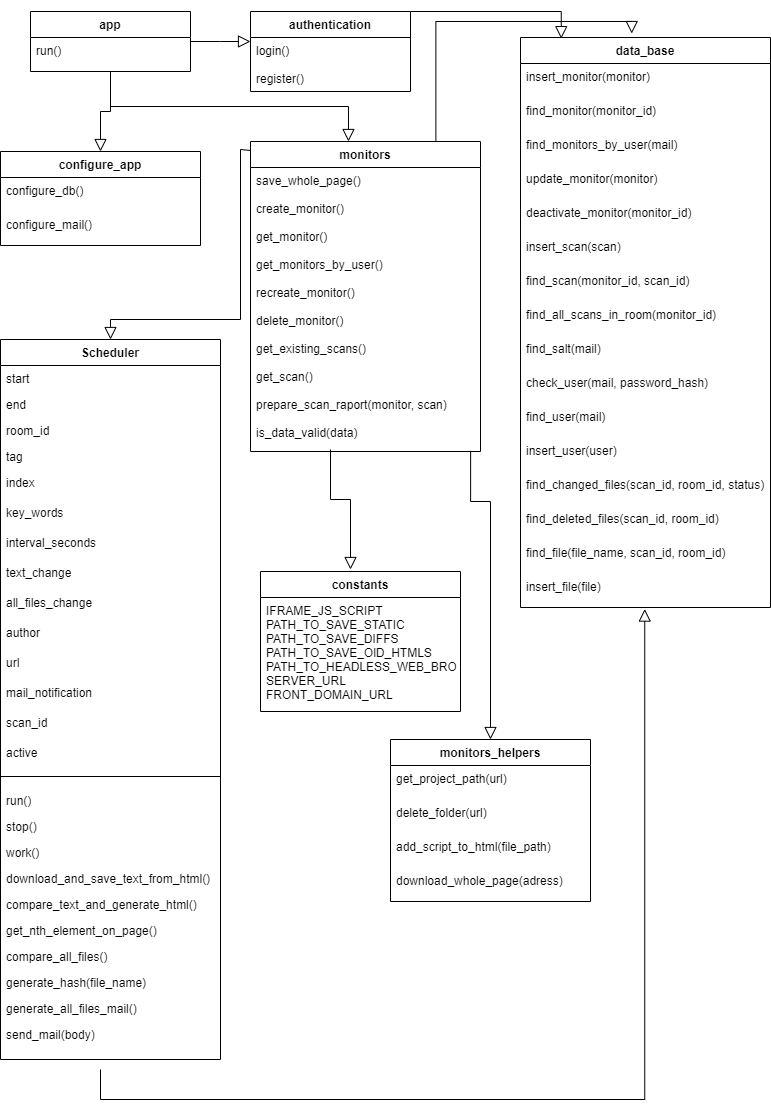
JanKulbinski/WebsiteMonitor keeps this draw.io diagram as pdf/class-uml-backend.png. Above is the earlier version. Source tidied: cells renumbered, new cells last; positions are measured from the earlier drawing's top-left corner, leaving out a move shared by most shapes.
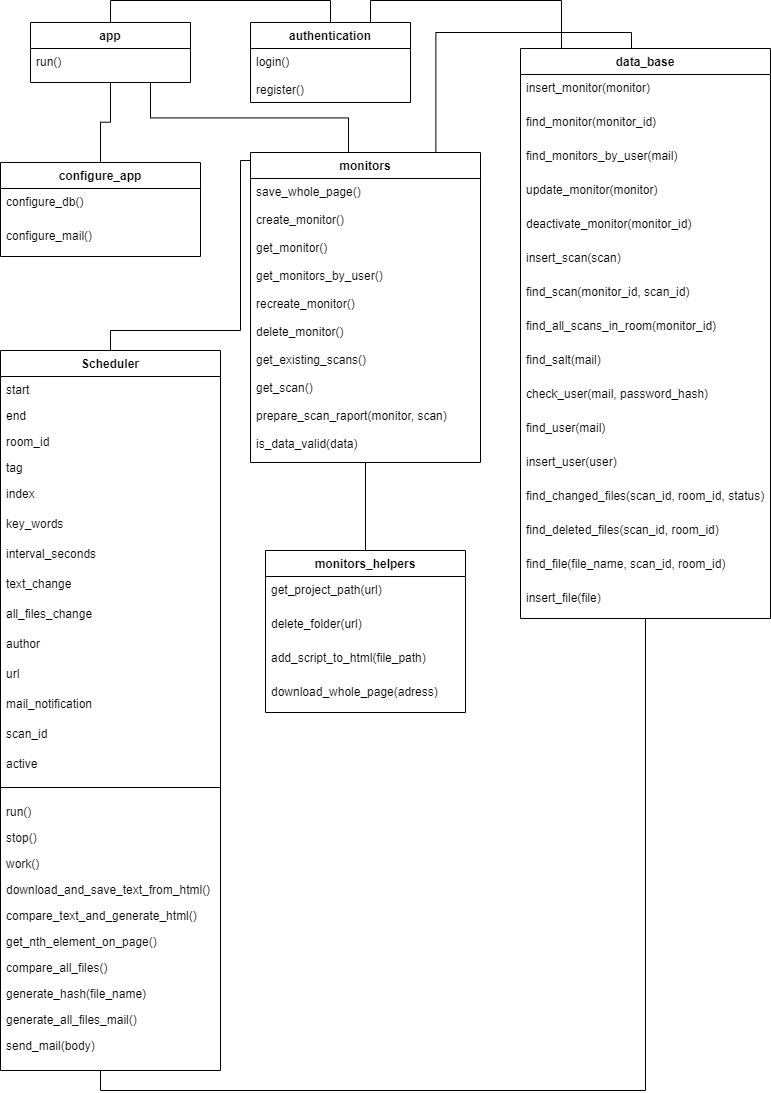
The same file after the commit.

The edit, as a diff of the source:
```diff
@@ -14,7 +14,7 @@
     <mxCell id="5" value="save_whole_page()&#10;&#10;create_monitor()&#10;&#10;get_monitor()&#10;&#10;get_monitors_by_user()&#10;&#10;recreate_monitor()&#10;&#10;delete_monitor()&#10;&#10;get_existing_scans()&#10;&#10;get_scan()&#10;&#10;prepare_scan_raport(monitor, scan)&#10;&#10;is_data_valid(data)" style="text;align=left;verticalAlign=top;spacingLeft=4;spacingRight=4;overflow=hidden;points=[[0,0.5],[1,0.5]];portConstraint=eastwest;" parent="4" vertex="1">
       <mxGeometry y="26" width="230" height="284" as="geometry" />
     </mxCell>
-    <mxCell id="6" style="endArrow=block;endSize=10;endFill=0;shadow=0;strokeWidth=1;rounded=0;edgeStyle=elbowEdgeStyle;elbow=vertical;exitX=0.5;exitY=1;exitDx=0;exitDy=0;entryX=0.426;entryY=0;entryDx=0;entryDy=0;entryPerimeter=0;" parent="1" edge="1" source="7" target="4">
+    <mxCell id="6" style="endArrow=none;endSize=10;endFill=0;shadow=0;strokeWidth=1;rounded=0;edgeStyle=elbowEdgeStyle;elbow=vertical;entryX=0.426;entryY=0;entryDx=0;entryDy=0;entryPerimeter=0;exitX=0.75;exitY=1;exitDx=0;exitDy=0;" parent="1" edge="1" source="7" target="4">
       <mxGeometry relative="1" as="geometry" />
     </mxCell>
     <mxCell id="7" value="app" style="swimlane;fontStyle=1;align=center;verticalAlign=top;horizontal=1;startSize=26;rounded=0;shadow=0;strokeWidth=1;" parent="1" vertex="1">
@@ -23,8 +23,12 @@
     <mxCell id="8" value="run()" style="text;align=left;verticalAlign=top;spacingLeft=4;spacingRight=4;overflow=hidden;" parent="7" vertex="1">
       <mxGeometry y="26" width="160" height="26" as="geometry" />
     </mxCell>
-    <mxCell id="9" style="endArrow=block;endSize=10;endFill=0;shadow=0;strokeWidth=1;rounded=0;edgeStyle=elbowEdgeStyle;elbow=vertical;" parent="1" edge="1" source="7" target="2">
-      <mxGeometry relative="1" as="geometry" />
+    <mxCell id="9" style="endArrow=none;endSize=10;endFill=0;shadow=0;strokeWidth=1;rounded=0;edgeStyle=elbowEdgeStyle;elbow=vertical;" parent="1" edge="1" source="7" target="2">
+      <mxGeometry relative="1" as="geometry">
+        <Array as="points">
+          <mxPoint x="220" y="-22" />
+        </Array>
+      </mxGeometry>
     </mxCell>
     <mxCell id="10" value="Scheduler" style="swimlane;fontStyle=1;align=center;verticalAlign=top;horizontal=1;startSize=26;rounded=0;shadow=0;strokeWidth=1;" parent="1" vertex="1">
       <mxGeometry y="328" width="220" height="720" as="geometry" />
@@ -105,7 +109,7 @@
       <mxGeometry y="682" width="220" height="26" as="geometry" />
     </mxCell>
     <mxCell id="36" value="monitors_helpers" style="swimlane;fontStyle=1;align=center;verticalAlign=top;horizontal=1;startSize=26;" parent="1" vertex="1">
-      <mxGeometry x="390" y="728" width="200" height="162" as="geometry" />
+      <mxGeometry x="265" y="528" width="200" height="162" as="geometry" />
     </mxCell>
     <mxCell id="37" value="get_project_path(url)" style="text;strokeColor=none;fillColor=none;align=left;verticalAlign=top;spacingLeft=4;spacingRight=4;overflow=hidden;" parent="36" vertex="1">
       <mxGeometry y="26" width="200" height="34" as="geometry" />
@@ -170,12 +174,6 @@
     <mxCell id="57" value="insert_file(file)" style="text;strokeColor=none;fillColor=none;align=left;verticalAlign=top;spacingLeft=4;spacingRight=4;overflow=hidden;points=[[0,0.5],[1,0.5]];portConstraint=eastwest;" parent="41" vertex="1">
       <mxGeometry y="536" width="250" height="34" as="geometry" />
     </mxCell>
-    <mxCell id="58" value="constants" style="swimlane;fontStyle=1;align=center;verticalAlign=top;horizontal=1;startSize=26;" parent="1" vertex="1">
-      <mxGeometry x="260" y="560" width="200" height="140" as="geometry" />
-    </mxCell>
-    <mxCell id="59" value="IFRAME_JS_SCRIPT&#10;PATH_TO_SAVE_STATIC &#10;PATH_TO_SAVE_DIFFS &#10;PATH_TO_SAVE_OlD_HTMLS &#10;PATH_TO_HEADLESS_WEB_BROWSER&#10;SERVER_URL&#10;FRONT_DOMAIN_URL" style="text;strokeColor=none;fillColor=none;align=left;verticalAlign=top;spacingLeft=4;spacingRight=4;overflow=hidden;" parent="58" vertex="1">
-      <mxGeometry y="26" width="200" height="114" as="geometry" />
-    </mxCell>
     <mxCell id="60" value="configure_app" style="swimlane;fontStyle=1;align=center;verticalAlign=top;horizontal=1;startSize=26;" parent="1" vertex="1">
       <mxGeometry y="140" width="200" height="94" as="geometry" />
     </mxCell>
@@ -185,10 +183,10 @@
     <mxCell id="62" value="configure_mail()" style="text;strokeColor=none;fillColor=none;align=left;verticalAlign=top;spacingLeft=4;spacingRight=4;overflow=hidden;" parent="60" vertex="1">
       <mxGeometry y="60" width="200" height="34" as="geometry" />
     </mxCell>
-    <mxCell id="63" style="endArrow=block;endSize=10;endFill=0;shadow=0;strokeWidth=1;rounded=0;edgeStyle=elbowEdgeStyle;elbow=vertical;exitX=0.5;exitY=1;exitDx=0;exitDy=0;" parent="1" edge="1" source="7" target="60">
+    <mxCell id="63" style="endArrow=none;endSize=10;endFill=0;shadow=0;strokeWidth=1;rounded=0;edgeStyle=elbowEdgeStyle;elbow=vertical;exitX=0.5;exitY=1;exitDx=0;exitDy=0;" parent="1" edge="1" source="7" target="60">
       <mxGeometry relative="1" as="geometry" />
     </mxCell>
-    <mxCell id="64" style="endArrow=block;endSize=10;endFill=0;shadow=0;strokeWidth=1;rounded=0;edgeStyle=elbowEdgeStyle;elbow=vertical;entryX=0.445;entryY=-0.007;entryDx=0;entryDy=0;entryPerimeter=0;exitX=0.806;exitY=-0.003;exitDx=0;exitDy=0;exitPerimeter=0;" parent="1" edge="1" source="4" target="41">
+    <mxCell id="64" style="endArrow=none;endSize=10;endFill=0;shadow=0;strokeWidth=1;rounded=0;edgeStyle=elbowEdgeStyle;elbow=vertical;exitX=0.806;exitY=-0.003;exitDx=0;exitDy=0;exitPerimeter=0;entryX=0.444;entryY=0.001;entryDx=0;entryDy=0;entryPerimeter=0;" parent="1" edge="1" source="4" target="41">
       <mxGeometry relative="1" as="geometry">
         <Array as="points">
           <mxPoint x="530" y="10" />
@@ -196,15 +194,15 @@
         </Array>
       </mxGeometry>
     </mxCell>
-    <mxCell id="65" style="endArrow=block;endSize=10;endFill=0;shadow=0;strokeWidth=1;rounded=0;edgeStyle=elbowEdgeStyle;elbow=vertical;entryX=0.163;entryY=0.002;entryDx=0;entryDy=0;entryPerimeter=0;" parent="1" edge="1" target="41">
+    <mxCell id="65" style="endArrow=none;endSize=10;endFill=0;shadow=0;strokeWidth=1;rounded=0;edgeStyle=elbowEdgeStyle;elbow=vertical;entryX=0.164;entryY=-0.001;entryDx=0;entryDy=0;entryPerimeter=0;exitX=0.75;exitY=0;exitDx=0;exitDy=0;" parent="1" edge="1" source="2" target="41">
       <mxGeometry relative="1" as="geometry">
-        <mxPoint x="410" y="39.4" as="sourcePoint" />
         <Array as="points">
+          <mxPoint x="471" y="-22" />
           <mxPoint x="470" />
         </Array>
       </mxGeometry>
     </mxCell>
-    <mxCell id="66" style="endArrow=block;endSize=10;endFill=0;shadow=0;strokeWidth=1;rounded=0;edgeStyle=elbowEdgeStyle;elbow=vertical;entryX=0.5;entryY=0;entryDx=0;entryDy=0;" parent="1" edge="1" target="10">
+    <mxCell id="66" style="endArrow=none;endSize=10;endFill=0;shadow=0;strokeWidth=1;rounded=0;edgeStyle=elbowEdgeStyle;elbow=vertical;entryX=0.5;entryY=0;entryDx=0;entryDy=0;" parent="1" edge="1" target="10">
       <mxGeometry relative="1" as="geometry">
         <mxPoint x="240" y="138" as="sourcePoint" />
         <Array as="points">
@@ -212,34 +210,21 @@
         </Array>
       </mxGeometry>
     </mxCell>
-    <mxCell id="67" style="endArrow=block;endSize=10;endFill=0;shadow=0;strokeWidth=1;rounded=0;edgeStyle=elbowEdgeStyle;elbow=vertical;" parent="1" edge="1">
-      <mxGeometry relative="1" as="geometry">
-        <mxPoint x="330" y="438" as="sourcePoint" />
-        <mxPoint x="350" y="558" as="targetPoint" />
-        <Array as="points">
-          <mxPoint x="320" y="488" />
-        </Array>
-      </mxGeometry>
-    </mxCell>
-    <mxCell id="68" style="endArrow=block;endSize=10;endFill=0;shadow=0;strokeWidth=1;rounded=0;edgeStyle=elbowEdgeStyle;elbow=vertical;entryX=0.5;entryY=0;entryDx=0;entryDy=0;entryPerimeter=0;exitX=0.957;exitY=0.998;exitDx=0;exitDy=0;exitPerimeter=0;" parent="1" edge="1" source="5" target="36">
-      <mxGeometry relative="1" as="geometry">
-        <Array as="points">
-          <mxPoint x="530" y="490" />
-        </Array>
-      </mxGeometry>
-    </mxCell>
-    <mxCell id="69" style="endArrow=none;html=1;entryX=0.001;entryY=0.029;entryDx=0;entryDy=0;entryPerimeter=0;" parent="1" edge="1" target="4">
+    <mxCell id="69" style="endArrow=none;html=1;entryX=-0.001;entryY=0.026;entryDx=0;entryDy=0;entryPerimeter=0;" parent="1" edge="1" target="4">
       <mxGeometry relative="1" as="geometry">
         <mxPoint x="240" y="138" as="sourcePoint" />
       </mxGeometry>
     </mxCell>
-    <mxCell id="70" style="endArrow=block;endSize=10;endFill=0;shadow=0;strokeWidth=1;rounded=0;edgeStyle=elbowEdgeStyle;elbow=vertical;entryX=0.497;entryY=1.046;entryDx=0;entryDy=0;entryPerimeter=0;" parent="1" edge="1" target="57">
+    <mxCell id="70" style="endArrow=none;endSize=10;endFill=0;shadow=0;strokeWidth=1;rounded=0;edgeStyle=elbowEdgeStyle;elbow=vertical;" parent="1" edge="1" target="57">
       <mxGeometry relative="1" as="geometry">
-        <mxPoint x="100" y="1058" as="sourcePoint" />
+        <mxPoint x="100" y="1048" as="sourcePoint" />
         <Array as="points">
-          <mxPoint x="440" y="1088" />
+          <mxPoint x="371" y="1068" />
         </Array>
       </mxGeometry>
     </mxCell>
+    <mxCell id="71" style="endArrow=none;html=1;exitX=0.5;exitY=0;exitDx=0;exitDy=0;entryX=0.5;entryY=1;entryDx=0;entryDy=0;entryPerimeter=0;" parent="1" edge="1" source="36" target="5">
+      <mxGeometry relative="1" as="geometry" />
+    </mxCell>
   </root>
 </mxGraphModel>
```
